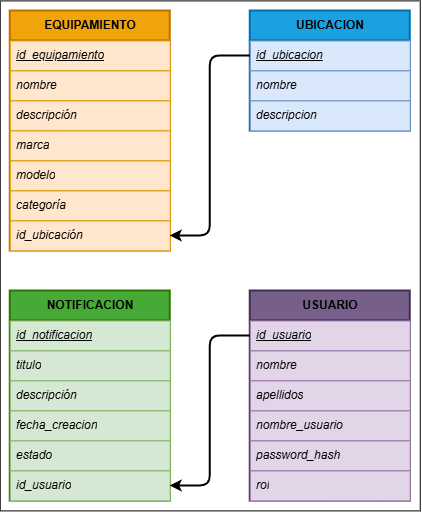
Earlier version of the draw.io export Documentacion/Reto_1_Modelo_de_datos.png (MedievAlex/DAW_Reto_1_Alex_Javier_Luis). Source tidied: cells renumbered, new cells last; positions are measured from the earlier drawing's top-left corner, leaving out a move shared by most shapes. The source it was exported from:
```xml
<mxGraphModel>
  <root>
    <mxCell id="0" />
    <mxCell id="1" parent="0" />
    <mxCell id="2" style="rounded=0;whiteSpace=wrap;html=1;" parent="1" vertex="1">
      <mxGeometry width="420" height="510" as="geometry" />
    </mxCell>
    <mxCell id="3" value="&lt;b&gt;EQUIPAMIENTO&lt;/b&gt;" style="swimlane;fontStyle=0;horizontal=1;startSize=30;whiteSpace=wrap;html=1;fillColor=#f0a30a;strokeColor=#BD7000;fontColor=#000000;strokeWidth=2;" parent="1" vertex="1">
      <mxGeometry x="10" y="10" width="160" height="240" as="geometry" />
    </mxCell>
    <mxCell id="4" value="&lt;u&gt;id_equipamiento&lt;/u&gt;" style="text;strokeColor=#d79b00;fillColor=#ffe6cc;align=left;verticalAlign=middle;spacingLeft=4;spacingRight=4;overflow=hidden;points=[[0,0.5],[1,0.5]];portConstraint=eastwest;whiteSpace=wrap;html=1;fontStyle=2;" parent="3" vertex="1">
      <mxGeometry y="30" width="160" height="30" as="geometry" />
    </mxCell>
    <mxCell id="5" value="nombre" style="text;strokeColor=#d79b00;fillColor=#ffe6cc;align=left;verticalAlign=middle;spacingLeft=4;spacingRight=4;overflow=hidden;whiteSpace=wrap;html=1;fontStyle=2;" parent="3" vertex="1">
      <mxGeometry y="60" width="160" height="30" as="geometry" />
    </mxCell>
    <mxCell id="6" value="descripción" style="text;strokeColor=#d79b00;fillColor=#ffe6cc;align=left;verticalAlign=middle;spacingLeft=4;spacingRight=4;overflow=hidden;whiteSpace=wrap;html=1;fontStyle=2;" parent="3" vertex="1">
      <mxGeometry y="90" width="160" height="30" as="geometry" />
    </mxCell>
    <mxCell id="7" value="marca" style="text;strokeColor=#d79b00;fillColor=#ffe6cc;align=left;verticalAlign=middle;spacingLeft=4;spacingRight=4;overflow=hidden;whiteSpace=wrap;html=1;fontStyle=2;" parent="3" vertex="1">
      <mxGeometry y="120" width="160" height="30" as="geometry" />
    </mxCell>
    <mxCell id="8" value="modelo" style="text;strokeColor=#d79b00;fillColor=#ffe6cc;align=left;verticalAlign=middle;spacingLeft=4;spacingRight=4;overflow=hidden;whiteSpace=wrap;html=1;fontStyle=2;" parent="3" vertex="1">
      <mxGeometry y="150" width="160" height="30" as="geometry" />
    </mxCell>
    <mxCell id="9" value="categoría" style="text;strokeColor=#d79b00;fillColor=#ffe6cc;align=left;verticalAlign=middle;spacingLeft=4;spacingRight=4;overflow=hidden;whiteSpace=wrap;html=1;fontStyle=2;" parent="3" vertex="1">
      <mxGeometry y="180" width="160" height="30" as="geometry" />
    </mxCell>
    <mxCell id="10" value="id_ubicación" style="text;strokeColor=#d79b00;fillColor=#ffe6cc;align=left;verticalAlign=middle;spacingLeft=4;spacingRight=4;overflow=hidden;points=[[0,0.5],[1,0.5]];portConstraint=eastwest;whiteSpace=wrap;html=1;fontStyle=2;" parent="3" vertex="1">
      <mxGeometry y="210" width="160" height="30" as="geometry" />
    </mxCell>
    <mxCell id="11" value="&lt;span style=&quot;color: rgb(0, 0, 0);&quot;&gt;&lt;b&gt;NOTIFICACION&lt;/b&gt;&lt;/span&gt;" style="swimlane;fontStyle=0;horizontal=1;startSize=30;whiteSpace=wrap;html=1;fillColor=#47A936;strokeColor=#2D7600;fontColor=#ffffff;strokeWidth=2;" parent="1" vertex="1">
      <mxGeometry x="10" y="290" width="160" height="210" as="geometry" />
    </mxCell>
    <mxCell id="12" value="&lt;u&gt;id_notificacion&lt;/u&gt;" style="text;strokeColor=#82b366;fillColor=#d5e8d4;align=left;verticalAlign=middle;spacingLeft=4;spacingRight=4;overflow=hidden;whiteSpace=wrap;html=1;fontStyle=2;" parent="11" vertex="1">
      <mxGeometry y="30" width="160" height="30" as="geometry" />
    </mxCell>
    <mxCell id="13" value="titulo" style="text;strokeColor=#82b366;fillColor=#d5e8d4;align=left;verticalAlign=middle;spacingLeft=4;spacingRight=4;overflow=hidden;whiteSpace=wrap;html=1;fontStyle=2;" parent="11" vertex="1">
      <mxGeometry y="60" width="160" height="30" as="geometry" />
    </mxCell>
    <mxCell id="14" value="descripción" style="text;strokeColor=#82b366;fillColor=#d5e8d4;align=left;verticalAlign=middle;spacingLeft=4;spacingRight=4;overflow=hidden;whiteSpace=wrap;html=1;fontStyle=2;" parent="11" vertex="1">
      <mxGeometry y="90" width="160" height="30" as="geometry" />
    </mxCell>
    <mxCell id="15" value="fecha_creacion" style="text;strokeColor=#82b366;fillColor=#d5e8d4;align=left;verticalAlign=middle;spacingLeft=4;spacingRight=4;overflow=hidden;whiteSpace=wrap;html=1;fontStyle=2;" parent="11" vertex="1">
      <mxGeometry y="120" width="160" height="30" as="geometry" />
    </mxCell>
    <mxCell id="16" value="estado" style="text;strokeColor=#82b366;fillColor=#d5e8d4;align=left;verticalAlign=middle;spacingLeft=4;spacingRight=4;overflow=hidden;whiteSpace=wrap;html=1;fontStyle=2;" parent="11" vertex="1">
      <mxGeometry y="150" width="160" height="30" as="geometry" />
    </mxCell>
    <mxCell id="17" value="id_usuario" style="text;strokeColor=#82b366;fillColor=#d5e8d4;align=left;verticalAlign=middle;spacingLeft=4;spacingRight=4;overflow=hidden;points=[[0,0.5],[1,0.5]];portConstraint=eastwest;whiteSpace=wrap;html=1;fontStyle=2;" parent="11" vertex="1">
      <mxGeometry y="180" width="160" height="30" as="geometry" />
    </mxCell>
    <mxCell id="18" value="&lt;span style=&quot;color: rgb(0, 0, 0);&quot;&gt;&lt;b&gt;USUARIO&lt;/b&gt;&lt;/span&gt;" style="swimlane;fontStyle=0;horizontal=1;startSize=30;whiteSpace=wrap;html=1;fillColor=#76608a;strokeColor=#432D57;fontColor=#ffffff;strokeWidth=2;" parent="1" vertex="1">
      <mxGeometry x="250" y="290" width="160" height="210" as="geometry" />
    </mxCell>
    <mxCell id="19" value="&lt;u&gt;id_usuario&lt;/u&gt;" style="text;strokeColor=#9673a6;fillColor=#e1d5e7;align=left;verticalAlign=middle;spacingLeft=4;spacingRight=4;overflow=hidden;points=[[0,0.5],[1,0.5]];portConstraint=eastwest;whiteSpace=wrap;html=1;fontStyle=2;" parent="18" vertex="1">
      <mxGeometry y="30" width="160" height="30" as="geometry" />
    </mxCell>
    <mxCell id="20" value="nombre" style="text;strokeColor=#9673a6;fillColor=#e1d5e7;align=left;verticalAlign=middle;spacingLeft=4;spacingRight=4;overflow=hidden;whiteSpace=wrap;html=1;fontStyle=2;" parent="18" vertex="1">
      <mxGeometry y="60" width="160" height="30" as="geometry" />
    </mxCell>
    <mxCell id="21" value="apellidos" style="text;strokeColor=#9673a6;fillColor=#e1d5e7;align=left;verticalAlign=middle;spacingLeft=4;spacingRight=4;overflow=hidden;whiteSpace=wrap;html=1;fontStyle=2;" parent="18" vertex="1">
      <mxGeometry y="90" width="160" height="30" as="geometry" />
    </mxCell>
    <mxCell id="22" value="nombre_usuario" style="text;strokeColor=#9673a6;fillColor=#e1d5e7;align=left;verticalAlign=middle;spacingLeft=4;spacingRight=4;overflow=hidden;whiteSpace=wrap;html=1;fontStyle=2;" parent="18" vertex="1">
      <mxGeometry y="120" width="160" height="30" as="geometry" />
    </mxCell>
    <mxCell id="23" value="password_hash" style="text;strokeColor=#9673a6;fillColor=#e1d5e7;align=left;verticalAlign=middle;spacingLeft=4;spacingRight=4;overflow=hidden;whiteSpace=wrap;html=1;fontStyle=2;" parent="18" vertex="1">
      <mxGeometry y="150" width="160" height="30" as="geometry" />
    </mxCell>
    <mxCell id="24" value="rol" style="text;strokeColor=#9673a6;fillColor=#e1d5e7;align=left;verticalAlign=middle;spacingLeft=4;spacingRight=4;overflow=hidden;whiteSpace=wrap;html=1;fontStyle=2;" parent="18" vertex="1">
      <mxGeometry y="180" width="160" height="30" as="geometry" />
    </mxCell>
    <mxCell id="25" value="&lt;span style=&quot;color: rgb(0, 0, 0);&quot;&gt;&lt;b&gt;UBICACION&lt;/b&gt;&lt;/span&gt;" style="swimlane;fontStyle=0;horizontal=1;startSize=30;whiteSpace=wrap;html=1;fillColor=#1ba1e2;strokeColor=#006EAF;fontColor=#ffffff;strokeWidth=2;" parent="1" vertex="1">
      <mxGeometry x="250" y="10" width="160" height="120" as="geometry" />
    </mxCell>
    <mxCell id="26" value="&lt;u&gt;id_ubicacion&lt;/u&gt;" style="text;strokeColor=#6c8ebf;fillColor=#dae8fc;align=left;verticalAlign=middle;spacingLeft=4;spacingRight=4;overflow=hidden;points=[[0,0.5],[1,0.5]];portConstraint=eastwest;whiteSpace=wrap;html=1;fontStyle=2;" parent="25" vertex="1">
      <mxGeometry y="30" width="160" height="30" as="geometry" />
    </mxCell>
    <mxCell id="27" value="nombre" style="text;strokeColor=#6c8ebf;fillColor=#dae8fc;align=left;verticalAlign=middle;spacingLeft=4;spacingRight=4;overflow=hidden;whiteSpace=wrap;html=1;fontStyle=2;" parent="25" vertex="1">
      <mxGeometry y="60" width="160" height="30" as="geometry" />
    </mxCell>
    <mxCell id="28" value="descripcion" style="text;strokeColor=#6c8ebf;fillColor=#dae8fc;align=left;verticalAlign=middle;spacingLeft=4;spacingRight=4;overflow=hidden;whiteSpace=wrap;html=1;fontStyle=2;" parent="25" vertex="1">
      <mxGeometry y="90" width="160" height="30" as="geometry" />
    </mxCell>
    <mxCell id="29" style="edgeStyle=none;html=1;exitX=0;exitY=0.5;exitDx=0;exitDy=0;entryX=1;entryY=0.5;entryDx=0;entryDy=0;strokeWidth=2;" parent="1" edge="1" source="26" target="10">
      <mxGeometry relative="1" as="geometry">
        <Array as="points">
          <mxPoint x="210" y="55" />
          <mxPoint x="210" y="235" />
        </Array>
      </mxGeometry>
    </mxCell>
    <mxCell id="30" style="edgeStyle=none;html=1;exitX=0;exitY=0.5;exitDx=0;exitDy=0;entryX=1;entryY=0.5;entryDx=0;entryDy=0;strokeWidth=2;" parent="1" edge="1" source="19" target="17">
      <mxGeometry relative="1" as="geometry">
        <Array as="points">
          <mxPoint x="210" y="335" />
          <mxPoint x="210" y="485" />
        </Array>
      </mxGeometry>
    </mxCell>
  </root>
</mxGraphModel>
```
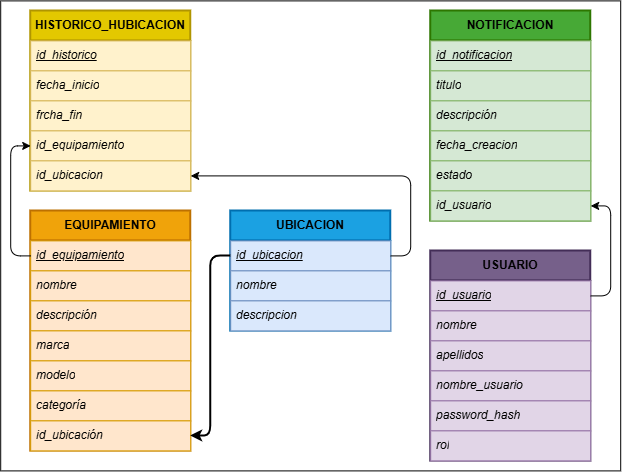
The same diagram one commit later.

Commit message:
Base de datos actualizada.

Change to the diagram source:
```diff
@@ -3,10 +3,10 @@
     <mxCell id="0" />
     <mxCell id="1" parent="0" />
     <mxCell id="2" style="rounded=0;whiteSpace=wrap;html=1;" parent="1" vertex="1">
-      <mxGeometry width="420" height="510" as="geometry" />
+      <mxGeometry width="620" height="470" as="geometry" />
     </mxCell>
     <mxCell id="3" value="&lt;b&gt;EQUIPAMIENTO&lt;/b&gt;" style="swimlane;fontStyle=0;horizontal=1;startSize=30;whiteSpace=wrap;html=1;fillColor=#f0a30a;strokeColor=#BD7000;fontColor=#000000;strokeWidth=2;" parent="1" vertex="1">
-      <mxGeometry x="10" y="10" width="160" height="240" as="geometry" />
+      <mxGeometry x="30" y="210" width="160" height="240" as="geometry" />
     </mxCell>
     <mxCell id="4" value="&lt;u&gt;id_equipamiento&lt;/u&gt;" style="text;strokeColor=#d79b00;fillColor=#ffe6cc;align=left;verticalAlign=middle;spacingLeft=4;spacingRight=4;overflow=hidden;points=[[0,0.5],[1,0.5]];portConstraint=eastwest;whiteSpace=wrap;html=1;fontStyle=2;" parent="3" vertex="1">
       <mxGeometry y="30" width="160" height="30" as="geometry" />
@@ -30,7 +30,7 @@
       <mxGeometry y="210" width="160" height="30" as="geometry" />
     </mxCell>
     <mxCell id="11" value="&lt;span style=&quot;color: rgb(0, 0, 0);&quot;&gt;&lt;b&gt;NOTIFICACION&lt;/b&gt;&lt;/span&gt;" style="swimlane;fontStyle=0;horizontal=1;startSize=30;whiteSpace=wrap;html=1;fillColor=#47A936;strokeColor=#2D7600;fontColor=#ffffff;strokeWidth=2;" parent="1" vertex="1">
-      <mxGeometry x="10" y="290" width="160" height="210" as="geometry" />
+      <mxGeometry x="430" y="10" width="160" height="210" as="geometry" />
     </mxCell>
     <mxCell id="12" value="&lt;u&gt;id_notificacion&lt;/u&gt;" style="text;strokeColor=#82b366;fillColor=#d5e8d4;align=left;verticalAlign=middle;spacingLeft=4;spacingRight=4;overflow=hidden;whiteSpace=wrap;html=1;fontStyle=2;" parent="11" vertex="1">
       <mxGeometry y="30" width="160" height="30" as="geometry" />
@@ -51,7 +51,7 @@
       <mxGeometry y="180" width="160" height="30" as="geometry" />
     </mxCell>
     <mxCell id="18" value="&lt;span style=&quot;color: rgb(0, 0, 0);&quot;&gt;&lt;b&gt;USUARIO&lt;/b&gt;&lt;/span&gt;" style="swimlane;fontStyle=0;horizontal=1;startSize=30;whiteSpace=wrap;html=1;fillColor=#76608a;strokeColor=#432D57;fontColor=#ffffff;strokeWidth=2;" parent="1" vertex="1">
-      <mxGeometry x="250" y="290" width="160" height="210" as="geometry" />
+      <mxGeometry x="430" y="250" width="160" height="210" as="geometry" />
     </mxCell>
     <mxCell id="19" value="&lt;u&gt;id_usuario&lt;/u&gt;" style="text;strokeColor=#9673a6;fillColor=#e1d5e7;align=left;verticalAlign=middle;spacingLeft=4;spacingRight=4;overflow=hidden;points=[[0,0.5],[1,0.5]];portConstraint=eastwest;whiteSpace=wrap;html=1;fontStyle=2;" parent="18" vertex="1">
       <mxGeometry y="30" width="160" height="30" as="geometry" />
@@ -72,7 +72,7 @@
       <mxGeometry y="180" width="160" height="30" as="geometry" />
     </mxCell>
     <mxCell id="25" value="&lt;span style=&quot;color: rgb(0, 0, 0);&quot;&gt;&lt;b&gt;UBICACION&lt;/b&gt;&lt;/span&gt;" style="swimlane;fontStyle=0;horizontal=1;startSize=30;whiteSpace=wrap;html=1;fillColor=#1ba1e2;strokeColor=#006EAF;fontColor=#ffffff;strokeWidth=2;" parent="1" vertex="1">
-      <mxGeometry x="250" y="10" width="160" height="120" as="geometry" />
+      <mxGeometry x="230" y="210" width="160" height="120" as="geometry" />
     </mxCell>
     <mxCell id="26" value="&lt;u&gt;id_ubicacion&lt;/u&gt;" style="text;strokeColor=#6c8ebf;fillColor=#dae8fc;align=left;verticalAlign=middle;spacingLeft=4;spacingRight=4;overflow=hidden;points=[[0,0.5],[1,0.5]];portConstraint=eastwest;whiteSpace=wrap;html=1;fontStyle=2;" parent="25" vertex="1">
       <mxGeometry y="30" width="160" height="30" as="geometry" />
@@ -86,16 +86,50 @@
     <mxCell id="29" style="edgeStyle=none;html=1;exitX=0;exitY=0.5;exitDx=0;exitDy=0;entryX=1;entryY=0.5;entryDx=0;entryDy=0;strokeWidth=2;" parent="1" edge="1" source="26" target="10">
       <mxGeometry relative="1" as="geometry">
         <Array as="points">
-          <mxPoint x="210" y="55" />
-          <mxPoint x="210" y="235" />
+          <mxPoint x="210" y="255" />
+          <mxPoint x="210" y="435" />
         </Array>
       </mxGeometry>
     </mxCell>
+    <mxCell id="31" value="&lt;span style=&quot;color: rgb(0, 0, 0);&quot;&gt;&lt;b&gt;HISTORICO_HUBICACION&lt;/b&gt;&lt;/span&gt;" style="swimlane;fontStyle=0;horizontal=1;startSize=30;whiteSpace=wrap;html=1;fillColor=#e3c800;strokeColor=#B09500;fontColor=#000000;strokeWidth=2;" parent="1" vertex="1">
+      <mxGeometry x="30" y="10" width="160" height="180" as="geometry" />
+    </mxCell>
+    <mxCell id="32" value="&lt;u&gt;id_historico&lt;/u&gt;" style="text;strokeColor=#d6b656;fillColor=#fff2cc;align=left;verticalAlign=middle;spacingLeft=4;spacingRight=4;overflow=hidden;whiteSpace=wrap;html=1;fontStyle=2;" parent="31" vertex="1">
+      <mxGeometry y="30" width="160" height="30" as="geometry" />
+    </mxCell>
+    <mxCell id="33" value="fecha_inicio" style="text;strokeColor=#d6b656;fillColor=#fff2cc;align=left;verticalAlign=middle;spacingLeft=4;spacingRight=4;overflow=hidden;whiteSpace=wrap;html=1;fontStyle=2;" parent="31" vertex="1">
+      <mxGeometry y="60" width="160" height="30" as="geometry" />
+    </mxCell>
+    <mxCell id="34" value="frcha_fin" style="text;strokeColor=#d6b656;fillColor=#fff2cc;align=left;verticalAlign=middle;spacingLeft=4;spacingRight=4;overflow=hidden;whiteSpace=wrap;html=1;fontStyle=2;" parent="31" vertex="1">
+      <mxGeometry y="90" width="160" height="30" as="geometry" />
+    </mxCell>
+    <mxCell id="35" value="id_equipamiento" style="text;strokeColor=#d6b656;fillColor=#fff2cc;align=left;verticalAlign=middle;spacingLeft=4;spacingRight=4;overflow=hidden;whiteSpace=wrap;html=1;fontStyle=2;" parent="31" vertex="1">
+      <mxGeometry y="120" width="160" height="30" as="geometry" />
+    </mxCell>
+    <mxCell id="36" value="id_ubicacion" style="text;strokeColor=#d6b656;fillColor=#fff2cc;align=left;verticalAlign=middle;spacingLeft=4;spacingRight=4;overflow=hidden;points=[[0,0.5],[1,0.5]];portConstraint=eastwest;whiteSpace=wrap;html=1;fontStyle=2;" parent="31" vertex="1">
+      <mxGeometry y="150" width="160" height="30" as="geometry" />
+    </mxCell>
+    <mxCell id="37" style="edgeStyle=none;html=1;exitX=0;exitY=0.5;exitDx=0;exitDy=0;entryX=0;entryY=0.75;entryDx=0;entryDy=0;" parent="1" edge="1" source="4" target="31">
+      <mxGeometry relative="1" as="geometry">
+        <Array as="points">
+          <mxPoint x="10" y="255" />
+          <mxPoint x="10" y="145" />
+        </Array>
+      </mxGeometry>
+    </mxCell>
+    <mxCell id="38" style="edgeStyle=none;html=1;exitX=1;exitY=0.5;exitDx=0;exitDy=0;entryX=1;entryY=0.5;entryDx=0;entryDy=0;" parent="1" edge="1" source="26" target="36">
+      <mxGeometry relative="1" as="geometry">
+        <Array as="points">
+          <mxPoint x="410" y="255" />
+          <mxPoint x="410" y="175" />
+        </Array>
+      </mxGeometry>
+    </mxCell>
-    <mxCell id="30" style="edgeStyle=none;html=1;exitX=0;exitY=0.5;exitDx=0;exitDy=0;entryX=1;entryY=0.5;entryDx=0;entryDy=0;strokeWidth=2;" parent="1" edge="1" source="19" target="17">
+    <mxCell id="30" style="edgeStyle=none;html=1;exitX=1;exitY=0.5;exitDx=0;exitDy=0;entryX=1;entryY=0.5;entryDx=0;entryDy=0;" parent="1" edge="1" source="19" target="17">
       <mxGeometry relative="1" as="geometry">
         <Array as="points">
-          <mxPoint x="210" y="335" />
-          <mxPoint x="210" y="485" />
+          <mxPoint x="610" y="295" />
+          <mxPoint x="610" y="205" />
         </Array>
       </mxGeometry>
     </mxCell>
```
